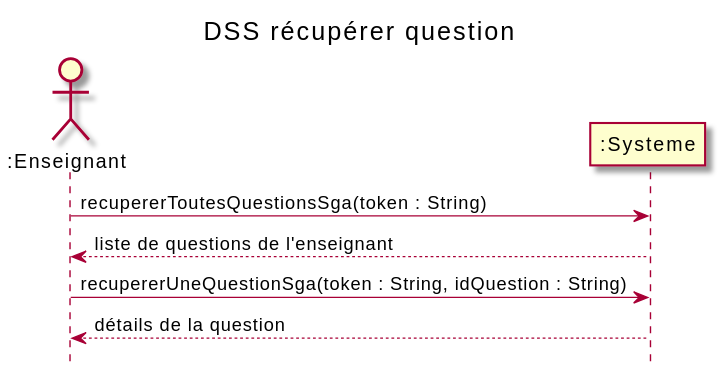
nerdz88/SGA-TS keeps this PlantUML diagram as out/docs/Récupérer question/DSS_Récupérer_Question/DSS_Recuperer_Question.svg. Above is the earlier version.
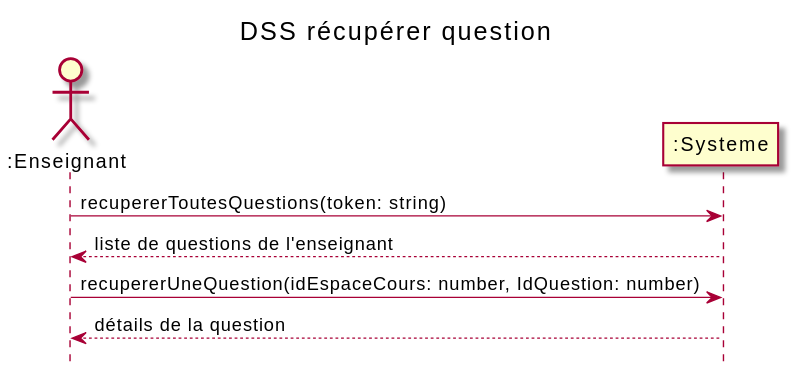
The same file after the commit.

The edit, as a diff of the source:
```diff
@@ -4,8 +4,8 @@
 actor ":Enseignant" as professeur
 participant ":Systeme" as systeme
 
-professeur ->  systeme : recupererToutesQuestionsSga(token : String)
+professeur ->  systeme : recupererToutesQuestions(token: string)
 professeur <-- systeme : liste de questions de l'enseignant
-professeur -> systeme : recupererUneQuestionSga(token : String, idQuestion : String)
+professeur -> systeme : recupererUneQuestion(idEspaceCours: number, IdQuestion: number)
 professeur <-- systeme : détails de la question
 @enduml
```
